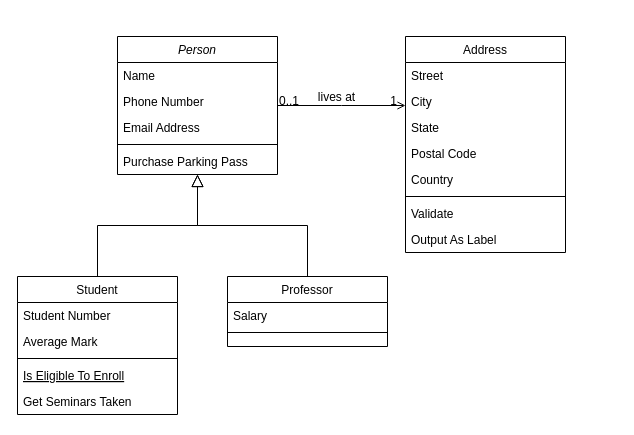
Hovhannes1/Indoor-Positioning-Systems keeps this draw.io diagram as Markov-Model_JS/Untitled Diagram.drawio. Above is the earlier version. Source tidied: cells renumbered, new cells numbered last; positions are measured from the earlier drawing's top-left corner, leaving out a move shared by most shapes. Both pictures are drawn from the tidied source at 100%, with x=0, y=0 at pixel (17, 36).
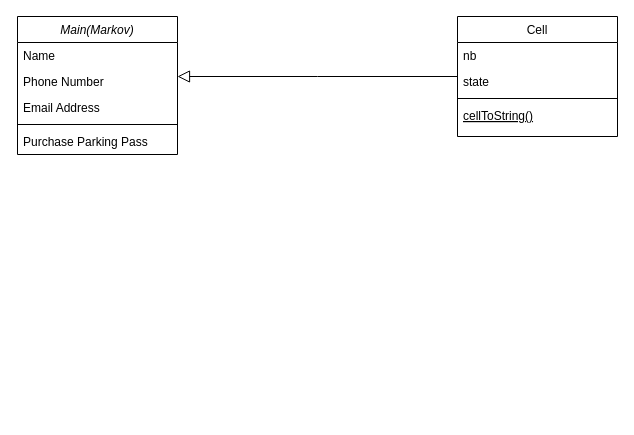
The same diagram, later.

The edit, as a diff of the source:
```diff
@@
-    <mxCell id="2" value="Person" style="swimlane;fontStyle=2;align=center;verticalAlign=top;horizontal=1;startSize=26;rounded=0;shadow=0;strokeWidth=1;" parent="1" vertex="1">
-      <mxGeometry x="100" width="160" height="138" as="geometry" />
+    <mxCell id="2" value="Main(Markov)" style="swimlane;fontStyle=2;align=center;verticalAlign=top;horizontal=1;startSize=26;rounded=0;shadow=0;strokeWidth=1;" parent="1" vertex="1">
+      <mxGeometry y="-20" width="160" height="138" as="geometry" />
     </mxCell>
@@
-    <mxCell id="8" value="Student" style="swimlane;fontStyle=0;align=center;verticalAlign=top;horizontal=1;startSize=26;rounded=0;shadow=0;strokeWidth=1;" parent="1" vertex="1">
-      <mxGeometry y="240" width="160" height="138" as="geometry" />
+    <mxCell id="8" value="Cell" style="swimlane;fontStyle=0;align=center;verticalAlign=top;horizontal=1;startSize=26;rounded=0;shadow=0;strokeWidth=1;" parent="1" vertex="1">
+      <mxGeometry x="440" y="-20" width="160" height="120" as="geometry" />
     </mxCell>
-    <mxCell id="9" value="Student Number" style="text;align=left;verticalAlign=top;spacingLeft=4;spacingRight=4;overflow=hidden;" parent="8" vertex="1">
+    <mxCell id="9" value="nb" style="text;align=left;verticalAlign=top;spacingLeft=4;spacingRight=4;overflow=hidden;" parent="8" vertex="1">
       <mxGeometry y="26" width="160" height="26" as="geometry" />
     </mxCell>
-    <mxCell id="10" value="Average Mark" style="text;align=left;verticalAlign=top;spacingLeft=4;spacingRight=4;overflow=hidden;rounded=0;shadow=0;html=0;" parent="8" vertex="1">
+    <mxCell id="10" value="state" style="text;align=left;verticalAlign=top;spacingLeft=4;spacingRight=4;overflow=hidden;rounded=0;shadow=0;html=0;" parent="8" vertex="1">
       <mxGeometry y="52" width="160" height="26" as="geometry" />
     </mxCell>
@@
-    <mxCell id="12" value="Is Eligible To Enroll" style="text;align=left;verticalAlign=top;spacingLeft=4;spacingRight=4;overflow=hidden;fontStyle=4;" parent="8" vertex="1">
+    <mxCell id="12" value="cellToString()" style="text;align=left;verticalAlign=top;spacingLeft=4;spacingRight=4;overflow=hidden;fontStyle=4;" parent="8" vertex="1">
       <mxGeometry y="86" width="160" height="26" as="geometry" />
     </mxCell>
-    <mxCell id="13" value="Get Seminars Taken" style="text;align=left;verticalAlign=top;spacingLeft=4;spacingRight=4;overflow=hidden;" parent="8" vertex="1">
-      <mxGeometry y="112" width="160" height="26" as="geometry" />
-    </mxCell>
@@
-    <mxCell id="15" value="Professor" style="swimlane;fontStyle=0;align=center;verticalAlign=top;horizontal=1;startSize=26;rounded=0;shadow=0;strokeWidth=1;" parent="1" vertex="1">
-      <mxGeometry x="210" y="240" width="160" height="70" as="geometry" />
-    </mxCell>
-    <mxCell id="16" value="Salary" style="text;align=left;verticalAlign=top;spacingLeft=4;spacingRight=4;overflow=hidden;" parent="15" vertex="1">
-      <mxGeometry y="26" width="160" height="26" as="geometry" />
-    </mxCell>
-    <mxCell id="17" style="line;html=1;strokeWidth=1;align=left;verticalAlign=middle;spacingTop=-1;spacingLeft=3;spacingRight=3;labelPosition=right;" parent="15" vertex="1">
-      <mxGeometry y="52" width="160" height="8" as="geometry" />
-    </mxCell>
-    <mxCell id="18" style="endArrow=block;endSize=10;endFill=0;shadow=0;strokeWidth=1;rounded=0;edgeStyle=elbowEdgeStyle;elbow=vertical;" parent="1" edge="1" source="15" target="2">
-      <mxGeometry relative="1" as="geometry" />
-    </mxCell>
-    <mxCell id="19" value="Address" style="swimlane;fontStyle=0;align=center;verticalAlign=top;horizontal=1;startSize=26;rounded=0;shadow=0;strokeWidth=1;" parent="1" vertex="1">
-      <mxGeometry x="388" width="160" height="216" as="geometry" />
-    </mxCell>
-    <mxCell id="20" value="Street" style="text;align=left;verticalAlign=top;spacingLeft=4;spacingRight=4;overflow=hidden;" parent="19" vertex="1">
-      <mxGeometry y="26" width="160" height="26" as="geometry" />
-    </mxCell>
-    <mxCell id="21" value="City" style="text;align=left;verticalAlign=top;spacingLeft=4;spacingRight=4;overflow=hidden;rounded=0;shadow=0;html=0;" parent="19" vertex="1">
-      <mxGeometry y="52" width="160" height="26" as="geometry" />
-    </mxCell>
-    <mxCell id="22" value="State" style="text;align=left;verticalAlign=top;spacingLeft=4;spacingRight=4;overflow=hidden;rounded=0;shadow=0;html=0;" parent="19" vertex="1">
-      <mxGeometry y="78" width="160" height="26" as="geometry" />
-    </mxCell>
-    <mxCell id="23" value="Postal Code" style="text;align=left;verticalAlign=top;spacingLeft=4;spacingRight=4;overflow=hidden;rounded=0;shadow=0;html=0;" parent="19" vertex="1">
-      <mxGeometry y="104" width="160" height="26" as="geometry" />
-    </mxCell>
-    <mxCell id="24" value="Country" style="text;align=left;verticalAlign=top;spacingLeft=4;spacingRight=4;overflow=hidden;rounded=0;shadow=0;html=0;" parent="19" vertex="1">
-      <mxGeometry y="130" width="160" height="26" as="geometry" />
-    </mxCell>
-    <mxCell id="25" style="line;html=1;strokeWidth=1;align=left;verticalAlign=middle;spacingTop=-1;spacingLeft=3;spacingRight=3;labelPosition=right;" parent="19" vertex="1">
-      <mxGeometry y="156" width="160" height="8" as="geometry" />
-    </mxCell>
-    <mxCell id="26" value="Validate" style="text;align=left;verticalAlign=top;spacingLeft=4;spacingRight=4;overflow=hidden;" parent="19" vertex="1">
-      <mxGeometry y="164" width="160" height="26" as="geometry" />
-    </mxCell>
-    <mxCell id="27" value="Output As Label" style="text;align=left;verticalAlign=top;spacingLeft=4;spacingRight=4;overflow=hidden;" parent="19" vertex="1">
-      <mxGeometry y="190" width="160" height="26" as="geometry" />
-    </mxCell>
-    <mxCell id="28" style="endArrow=open;shadow=0;strokeWidth=1;rounded=0;endFill=1;edgeStyle=elbowEdgeStyle;elbow=vertical;" parent="1" edge="1" source="2" target="19">
-      <mxGeometry x="0.5" y="41" relative="1" as="geometry">
-        <mxPoint x="-40" y="32" as="offset" />
-      </mxGeometry>
-    </mxCell>
-    <mxCell id="29" value="0..1" style="align=left;verticalAlign=bottom;labelBackgroundColor=none;fontSize=12;" parent="28" vertex="1">
-      <mxGeometry x="-1" relative="1" as="geometry">
-        <mxPoint y="4" as="offset" />
-      </mxGeometry>
-    </mxCell>
-    <mxCell id="30" value="1" style="align=right;verticalAlign=bottom;labelBackgroundColor=none;fontSize=12;" parent="28" vertex="1">
-      <mxGeometry x="1" relative="1" as="geometry">
-        <mxPoint x="-7" y="4" as="offset" />
-      </mxGeometry>
-    </mxCell>
-    <mxCell id="31" value="lives at" style="text;html=1;align=center;verticalAlign=middle;labelBackgroundColor=none;rounded=0;shadow=0;strokeWidth=1;fontSize=12;" parent="28" vertex="1">
-      <mxGeometry x="0.5" y="49" relative="1" as="geometry">
-        <mxPoint x="-38" y="40" as="offset" />
-      </mxGeometry>
-    </mxCell>
```
